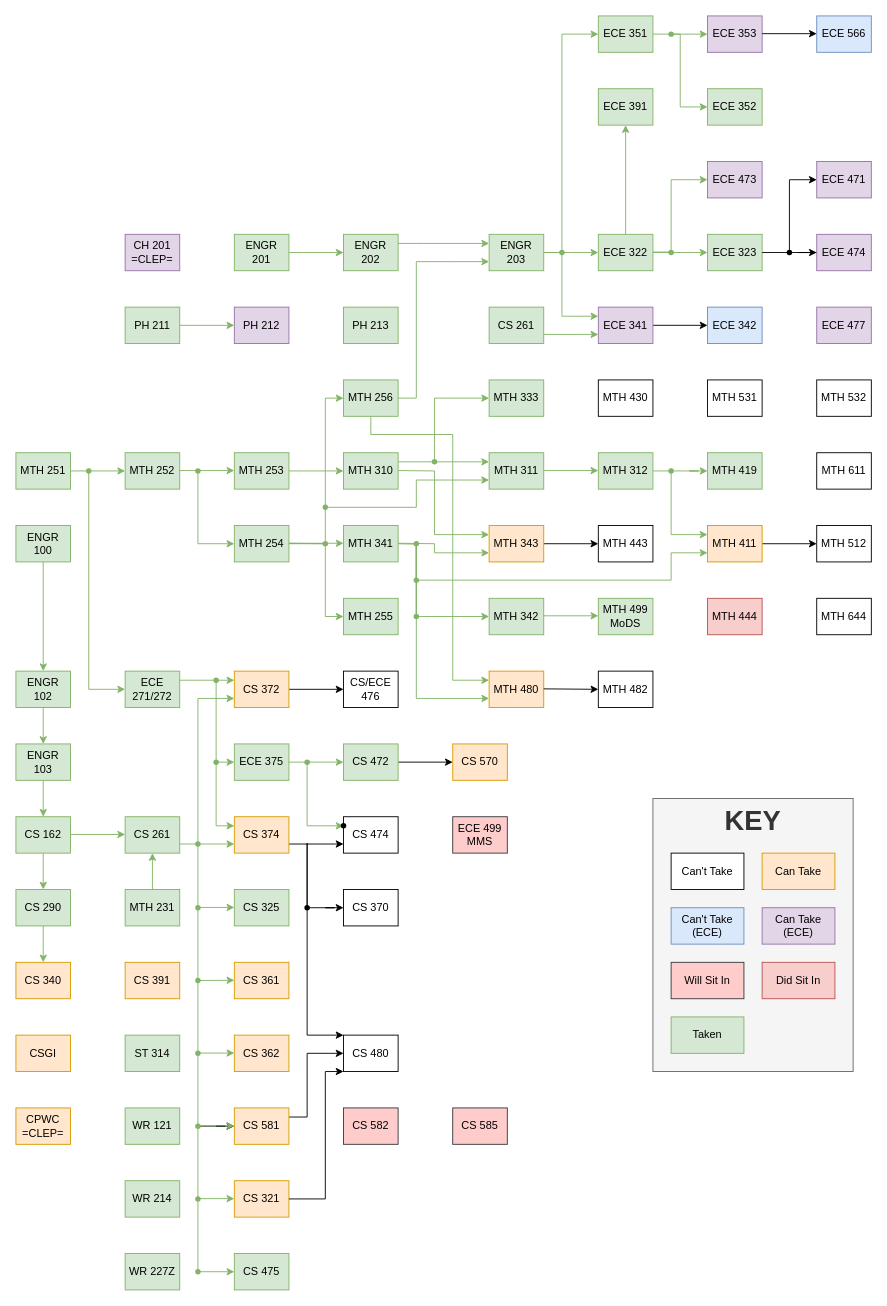
This is Classes.drawio from Jonas-Carew/Class-Flowchart, a draw.io file, before an edit. Source tidied: cells renumbered, new cells numbered last; positions are measured from the earlier drawing's top-left corner, leaving out a move shared by most shapes. Both pictures are drawn from the tidied source at 91%, with x=0, y=0 at pixel (15, 15).
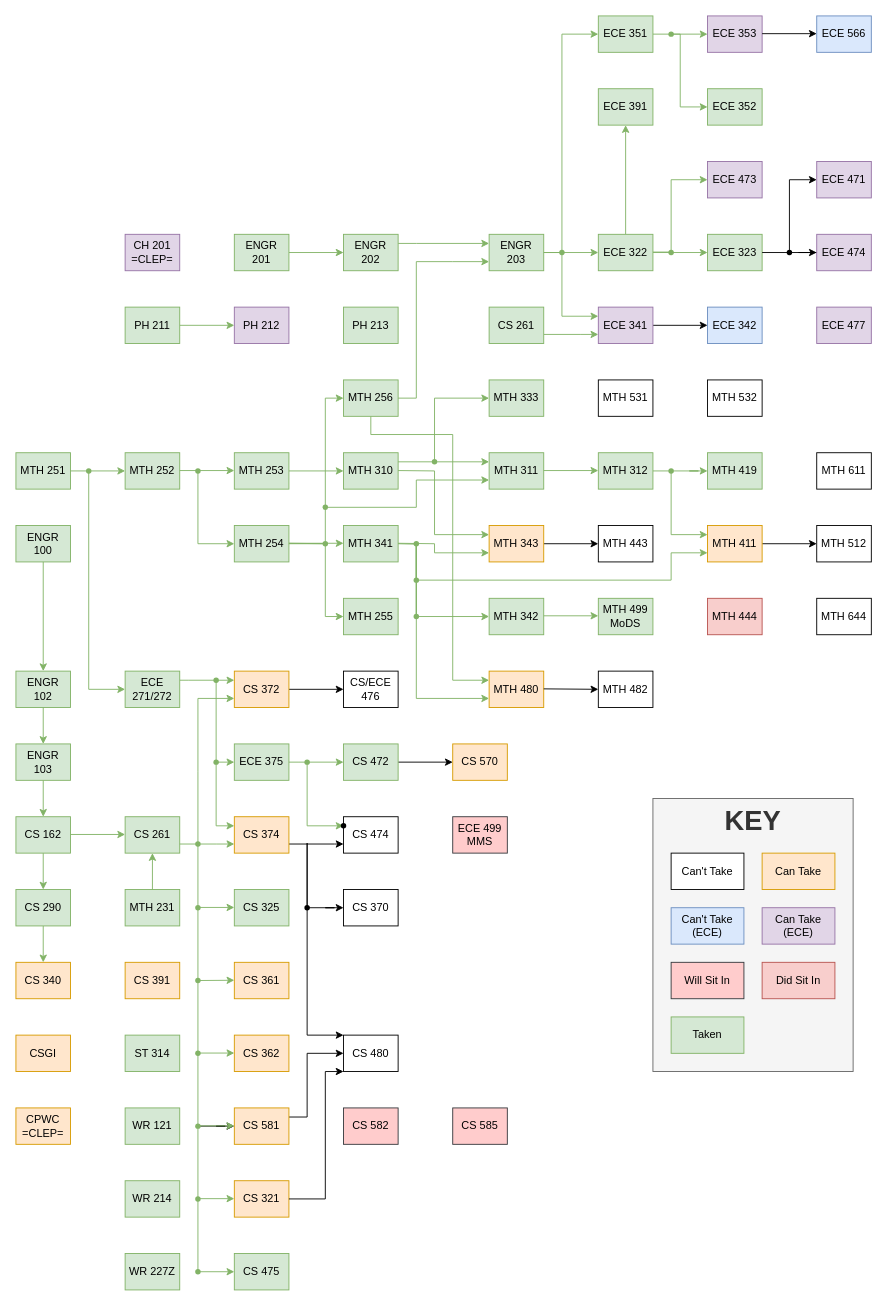
The same page after the edit.

The edit, as a diff of the source:
```diff
@@
     <mxCell id="159" value="&lt;div&gt;MTH 531&lt;br&gt;&lt;/div&gt;" style="rounded=0;whiteSpace=wrap;html=1;" parent="1" vertex="1">
-      <mxGeometry x="760" y="400" width="60" height="40" as="geometry" />
+      <mxGeometry x="640" y="400" width="60" height="40" as="geometry" />
     </mxCell>
     <mxCell id="160" value="&lt;div&gt;MTH 532&lt;br&gt;&lt;/div&gt;" style="rounded=0;whiteSpace=wrap;html=1;" parent="1" vertex="1">
-      <mxGeometry x="880" y="400" width="60" height="40" as="geometry" />
+      <mxGeometry x="760" y="400" width="60" height="40" as="geometry" />
     </mxCell>
@@
-    <mxCell id="170" value="&lt;div&gt;MTH 430&lt;/div&gt;" style="rounded=0;whiteSpace=wrap;html=1;" parent="1" vertex="1">
-      <mxGeometry x="640" y="400" width="60" height="40" as="geometry" />
-    </mxCell>
```
